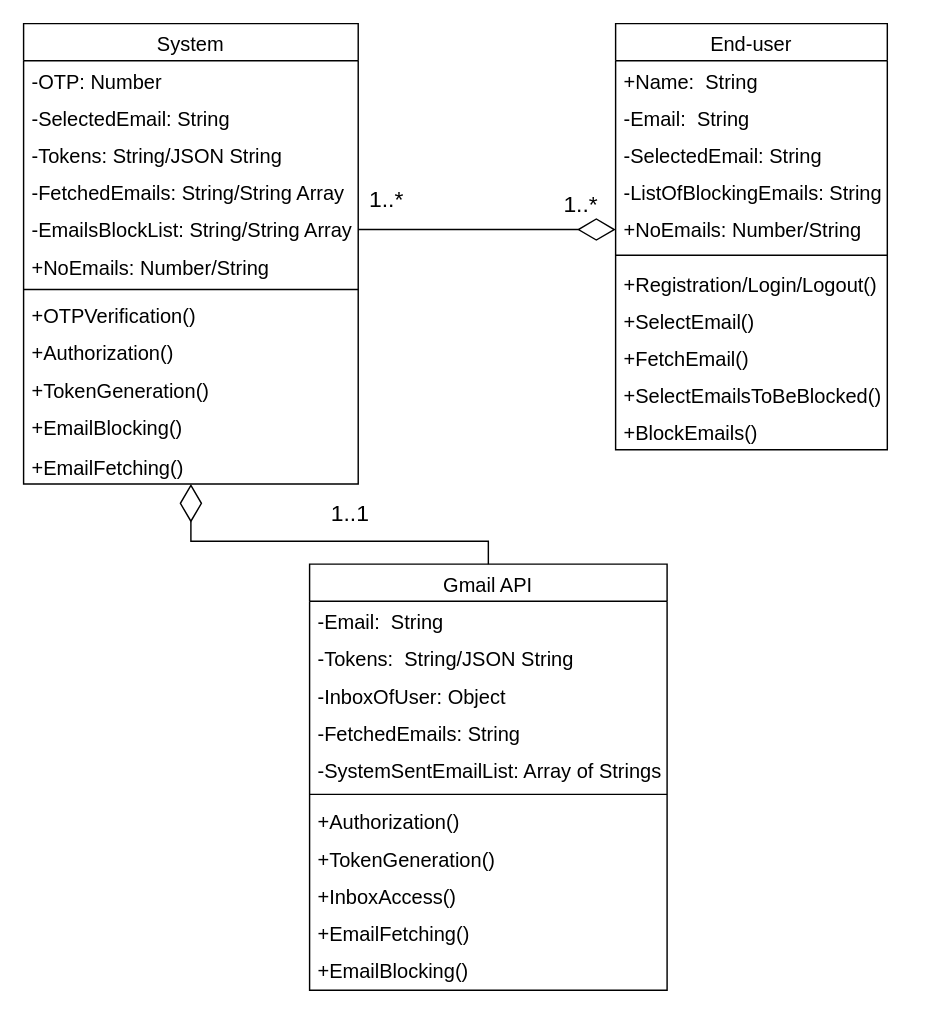
Before: Class Diagram.drawio in Yash7200/CP-3, a draw.io diagram. Source tidied: cells renumbered, new cells numbered last; positions are measured from the earlier drawing's top-left corner, leaving out a move shared by most shapes. Both pictures are drawn from the tidied source at 143%, with x=0, y=0 at pixel (23, -17).
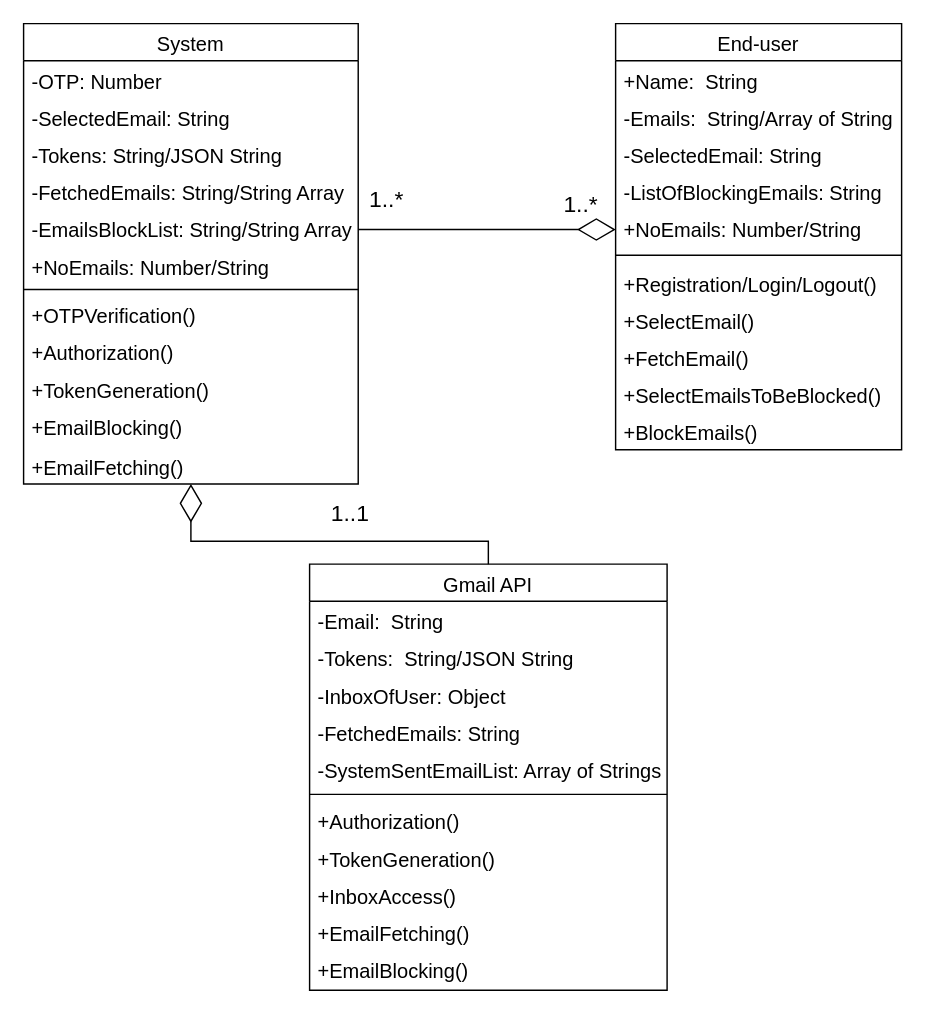
After the change.

The edit, as a diff of the source:
```diff
@@
     <mxCell id="15" value="End-user" style="swimlane;fontStyle=0;align=center;verticalAlign=top;horizontal=1;startSize=26;rounded=0;shadow=0;strokeWidth=1;fontSize=14;" parent="1" vertex="1">
-      <mxGeometry x="414" y="28" width="190" height="298" as="geometry" />
+      <mxGeometry x="414" y="28" width="200" height="298" as="geometry" />
     </mxCell>
     <mxCell id="16" value="+Name:  String" style="text;align=left;verticalAlign=top;spacingLeft=4;spacingRight=4;overflow=hidden;fontSize=14;" parent="15" vertex="1">
-      <mxGeometry y="26" width="190" height="26" as="geometry" />
+      <mxGeometry y="26" width="200" height="26" as="geometry" />
     </mxCell>
-    <mxCell id="17" value="-Email:  String" style="text;align=left;verticalAlign=top;spacingLeft=4;spacingRight=4;overflow=hidden;rounded=0;shadow=0;html=0;fontSize=14;" parent="15" vertex="1">
-      <mxGeometry y="52" width="190" height="26" as="geometry" />
+    <mxCell id="17" value="-Emails:  String/Array of String" style="text;align=left;verticalAlign=top;spacingLeft=4;spacingRight=4;overflow=hidden;rounded=0;shadow=0;html=0;fontSize=14;" parent="15" vertex="1">
+      <mxGeometry y="52" width="200" height="26" as="geometry" />
     </mxCell>
     <mxCell id="18" value="-SelectedEmail: String" style="text;align=left;verticalAlign=top;spacingLeft=4;spacingRight=4;overflow=hidden;rounded=0;shadow=0;html=0;fontSize=14;" parent="15" vertex="1">
-      <mxGeometry y="78" width="190" height="26" as="geometry" />
+      <mxGeometry y="78" width="200" height="26" as="geometry" />
     </mxCell>
     <mxCell id="19" value="-ListOfBlockingEmails: String" style="text;align=left;verticalAlign=top;spacingLeft=4;spacingRight=4;overflow=hidden;rounded=0;shadow=0;html=0;fontSize=14;" parent="15" vertex="1">
-      <mxGeometry y="104" width="190" height="26" as="geometry" />
+      <mxGeometry y="104" width="200" height="26" as="geometry" />
     </mxCell>
     <mxCell id="20" value="+NoEmails: Number/String" style="text;align=left;verticalAlign=top;spacingLeft=4;spacingRight=4;overflow=hidden;rounded=0;shadow=0;html=0;fontSize=14;" parent="15" vertex="1">
-      <mxGeometry y="130" width="190" height="26" as="geometry" />
+      <mxGeometry y="130" width="200" height="26" as="geometry" />
     </mxCell>
     <mxCell id="21" style="line;html=1;strokeWidth=1;align=left;verticalAlign=middle;spacingTop=-1;spacingLeft=3;spacingRight=3;labelPosition=right;" parent="15" vertex="1">
-      <mxGeometry y="156" width="190" height="12" as="geometry" />
+      <mxGeometry y="156" width="200" height="12" as="geometry" />
     </mxCell>
     <mxCell id="22" value="+Registration/Login/Logout()" style="text;align=left;verticalAlign=top;spacingLeft=4;spacingRight=4;overflow=hidden;fontSize=14;" parent="15" vertex="1">
-      <mxGeometry y="168" width="190" height="26" as="geometry" />
+      <mxGeometry y="168" width="200" height="26" as="geometry" />
     </mxCell>
     <mxCell id="23" value="+SelectEmail()" style="text;align=left;verticalAlign=top;spacingLeft=4;spacingRight=4;overflow=hidden;fontSize=14;" parent="15" vertex="1">
-      <mxGeometry y="194" width="190" height="26" as="geometry" />
+      <mxGeometry y="194" width="200" height="26" as="geometry" />
     </mxCell>
     <mxCell id="24" value="+FetchEmail()" style="text;align=left;verticalAlign=top;spacingLeft=4;spacingRight=4;overflow=hidden;fontSize=14;" parent="15" vertex="1">
-      <mxGeometry y="220" width="190" height="26" as="geometry" />
+      <mxGeometry y="220" width="200" height="26" as="geometry" />
     </mxCell>
     <mxCell id="25" value="+SelectEmailsToBeBlocked()" style="text;align=left;verticalAlign=top;spacingLeft=4;spacingRight=4;overflow=hidden;fontSize=14;" parent="15" vertex="1">
-      <mxGeometry y="246" width="190" height="26" as="geometry" />
+      <mxGeometry y="246" width="200" height="26" as="geometry" />
     </mxCell>
     <mxCell id="26" value="+BlockEmails()" style="text;align=left;verticalAlign=top;spacingLeft=4;spacingRight=4;overflow=hidden;fontSize=14;" parent="15" vertex="1">
-      <mxGeometry y="272" width="190" height="26" as="geometry" />
+      <mxGeometry y="272" width="200" height="26" as="geometry" />
     </mxCell>
```
